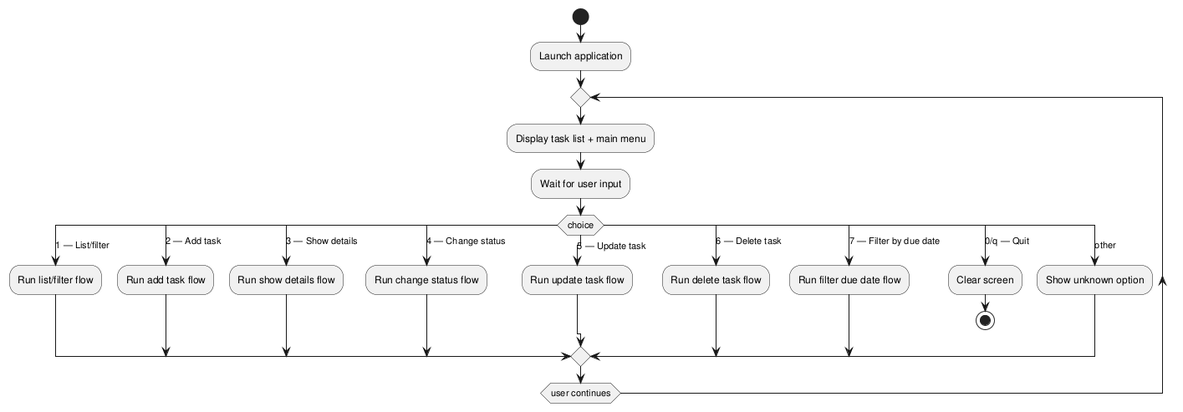
The PlantUML diagram experiments/pipeline/test_driven/TODO/artifacts/activity_diagram.png in DanielRiha8906/Software_autoevolution_using_agents, before a commit.
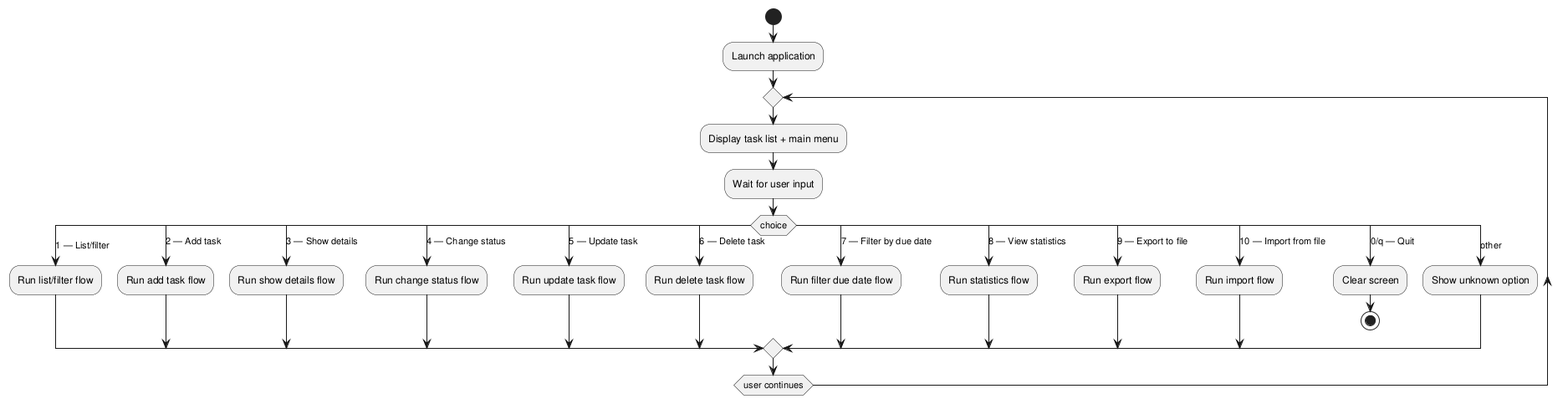
Above is the later version.

Diff of the diagram source:
```diff
@@ -22,6 +22,12 @@
       :Run delete task flow;
     case (7 — Filter by due date)
       :Run filter due date flow;
+    case (8 — View statistics)
+      :Run statistics flow;
+    case (9 — Export to file)
+      :Run export flow;
+    case (10 — Import from file)
+      :Run import flow;
     case (0/q — Quit)
       :Clear screen;
       stop
```
